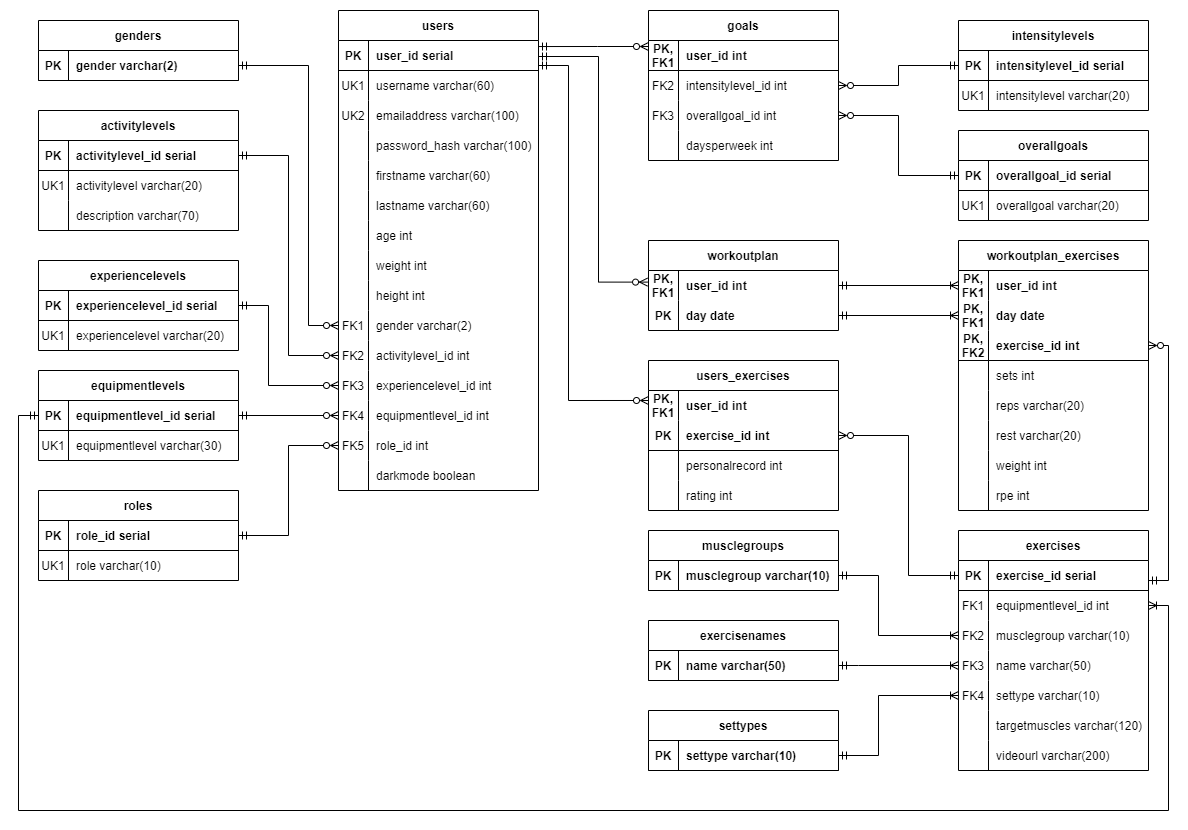
deanpayne6/fitForgeBackEnd keeps this draw.io diagram as db-related/ER_diagram.png. Above is the earlier version. Source tidied: cells renumbered, new cells last; positions are measured from the earlier drawing's top-left corner, leaving out a move shared by most shapes.
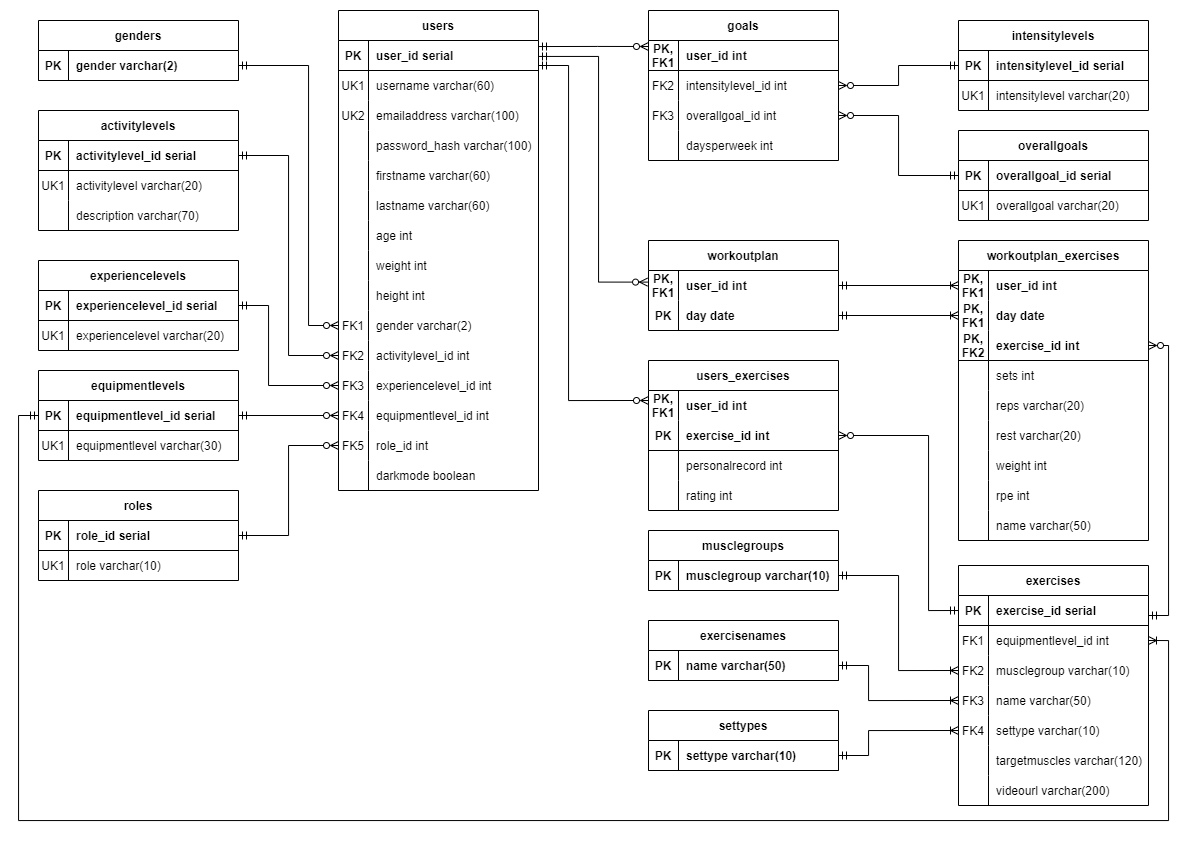
After the commit.

Diff of the diagram source:
```diff
@@ -393,7 +393,7 @@
       <mxGeometry relative="1" as="geometry" />
     </mxCell>
     <mxCell id="125" value="exercises" style="shape=table;startSize=30;rowLines=0;fontStyle=1;align=center;strokeColor=default;" parent="1" vertex="1">
-      <mxGeometry x="940" y="520" width="190" height="240" as="geometry" />
+      <mxGeometry x="940" y="555" width="190" height="240" as="geometry" />
     </mxCell>
     <mxCell id="126" style="shape=tableRow;horizontal=0;startSize=0;swimlaneHead=0;swimlaneBody=0;fillColor=none;points=[[0,0.5],[1,0.5]];portConstraint=eastwest;top=0;left=0;right=0;bottom=1;strokeColor=default;" parent="125" vertex="1">
       <mxGeometry y="30" width="190" height="30" as="geometry" />
@@ -489,7 +489,7 @@
       </mxGeometry>
     </mxCell>
     <mxCell id="155" value="workoutplan_exercises" style="shape=table;startSize=30;rowLines=0;fontStyle=1;align=center;" parent="1" vertex="1">
-      <mxGeometry x="940" y="230" width="190" height="270" as="geometry" />
+      <mxGeometry x="940" y="230" width="190" height="300" as="geometry" />
     </mxCell>
     <mxCell id="156" style="shape=tableRow;horizontal=0;startSize=0;swimlaneHead=0;swimlaneBody=0;fillColor=none;points=[[0,0.5],[1,0.5]];portConstraint=eastwest;top=0;left=0;right=0;bottom=0;" parent="155" vertex="1">
       <mxGeometry y="30" width="190" height="30" as="geometry" />
@@ -563,6 +563,15 @@
     <mxCell id="179" value="rpe int" style="shape=partialRectangle;fillColor=none;top=0;left=0;bottom=0;right=0;align=left;spacingLeft=6;fontStyle=0;overflow=hidden;" parent="177" vertex="1">
       <mxGeometry x="30" width="160" height="30" as="geometry" />
     </mxCell>
+    <mxCell id="207" style="shape=tableRow;horizontal=0;startSize=0;swimlaneHead=0;swimlaneBody=0;fillColor=none;top=0;left=0;right=0;bottom=0;" parent="155" vertex="1">
+      <mxGeometry y="270" width="190" height="30" as="geometry" />
+    </mxCell>
+    <mxCell id="208" style="shape=partialRectangle;fillColor=none;top=0;left=0;bottom=0;right=0;fontStyle=0;overflow=hidden;" parent="207" vertex="1">
+      <mxGeometry width="30" height="30" as="geometry" />
+    </mxCell>
+    <mxCell id="209" value="name varchar(50)" style="shape=partialRectangle;fillColor=none;top=0;left=0;bottom=0;right=0;align=left;spacingLeft=6;fontStyle=0;overflow=hidden;" parent="207" vertex="1">
+      <mxGeometry x="30" width="160" height="30" as="geometry" />
+    </mxCell>
     <mxCell id="180" style="edgeStyle=orthogonalEdgeStyle;rounded=0;jettySize=auto;html=1;entryX=0;entryY=0.5;entryDx=0;entryDy=0;startArrow=ERmandOne;startFill=0;endArrow=ERoneToMany;endFill=0;" parent="1" edge="1" source="148" target="156">
       <mxGeometry relative="1" as="geometry" />
     </mxCell>
@@ -593,11 +602,11 @@
     <mxCell id="189" style="edgeStyle=orthogonalEdgeStyle;rounded=0;jettySize=auto;html=1;entryX=1;entryY=0.5;entryDx=0;entryDy=0;exitX=0;exitY=0.5;exitDx=0;exitDy=0;startArrow=ERzeroToMany;startFill=0;endArrow=ERmandOne;endFill=0;" parent="1" edge="1" source="42" target="183">
       <mxGeometry relative="1" as="geometry" />
     </mxCell>
-    <mxCell id="190" style="edgeStyle=orthogonalEdgeStyle;rounded=0;jettySize=auto;html=1;entryX=1;entryY=0.5;entryDx=0;entryDy=0;endArrow=ERzeroToMany;endFill=0;startArrow=ERmandOne;startFill=0;" parent="1" edge="1" source="126" target="114">
+    <mxCell id="190" style="edgeStyle=orthogonalEdgeStyle;rounded=0;jettySize=auto;html=1;entryX=1;entryY=0.5;entryDx=0;entryDy=0;endArrow=ERzeroToMany;endFill=0;startArrow=ERmandOne;startFill=0;exitX=0;exitY=0.5;exitDx=0;exitDy=0;" parent="1" edge="1" source="126" target="114">
       <mxGeometry relative="1" as="geometry">
         <Array as="points">
-          <mxPoint x="890" y="565" />
-          <mxPoint x="890" y="425" />
+          <mxPoint x="910" y="600" />
+          <mxPoint x="910" y="425" />
         </Array>
       </mxGeometry>
     </mxCell>
@@ -605,9 +614,9 @@
       <mxGeometry relative="1" as="geometry">
         <Array as="points">
           <mxPoint y="405" />
-          <mxPoint y="800" />
-          <mxPoint x="1150" y="800" />
-          <mxPoint x="1150" y="595" />
+          <mxPoint y="810" />
+          <mxPoint x="1150" y="810" />
+          <mxPoint x="1150" y="630" />
         </Array>
       </mxGeometry>
     </mxCell>
@@ -626,8 +635,8 @@
     <mxCell id="196" style="edgeStyle=orthogonalEdgeStyle;rounded=0;jettySize=auto;html=1;entryX=0;entryY=0.5;entryDx=0;entryDy=0;endArrow=ERoneToMany;endFill=0;startArrow=ERmandOne;startFill=0;" parent="1" edge="1" source="193" target="135">
       <mxGeometry relative="1" as="geometry">
         <Array as="points">
-          <mxPoint x="840" y="655" />
-          <mxPoint x="840" y="655" />
+          <mxPoint x="850" y="655" />
+          <mxPoint x="850" y="690" />
         </Array>
       </mxGeometry>
     </mxCell>
@@ -646,8 +655,8 @@
     <mxCell id="201" style="edgeStyle=orthogonalEdgeStyle;rounded=0;jettySize=auto;html=1;endArrow=ERoneToMany;endFill=0;startArrow=ERmandOne;startFill=0;entryX=0;entryY=0.5;entryDx=0;entryDy=0;" parent="1" edge="1" source="198" target="132">
       <mxGeometry relative="1" as="geometry">
         <Array as="points">
-          <mxPoint x="860" y="565" />
-          <mxPoint x="860" y="625" />
+          <mxPoint x="880" y="565" />
+          <mxPoint x="880" y="660" />
         </Array>
       </mxGeometry>
     </mxCell>
@@ -666,8 +675,8 @@
     <mxCell id="206" style="edgeStyle=orthogonalEdgeStyle;rounded=0;jettySize=auto;html=1;entryX=0;entryY=0.5;entryDx=0;entryDy=0;startArrow=ERmandOne;startFill=0;endArrow=ERoneToMany;endFill=0;" parent="1" edge="1" source="203" target="138">
       <mxGeometry relative="1" as="geometry">
         <Array as="points">
-          <mxPoint x="860" y="745" />
-          <mxPoint x="860" y="685" />
+          <mxPoint x="850" y="745" />
+          <mxPoint x="850" y="720" />
         </Array>
       </mxGeometry>
     </mxCell>
```
